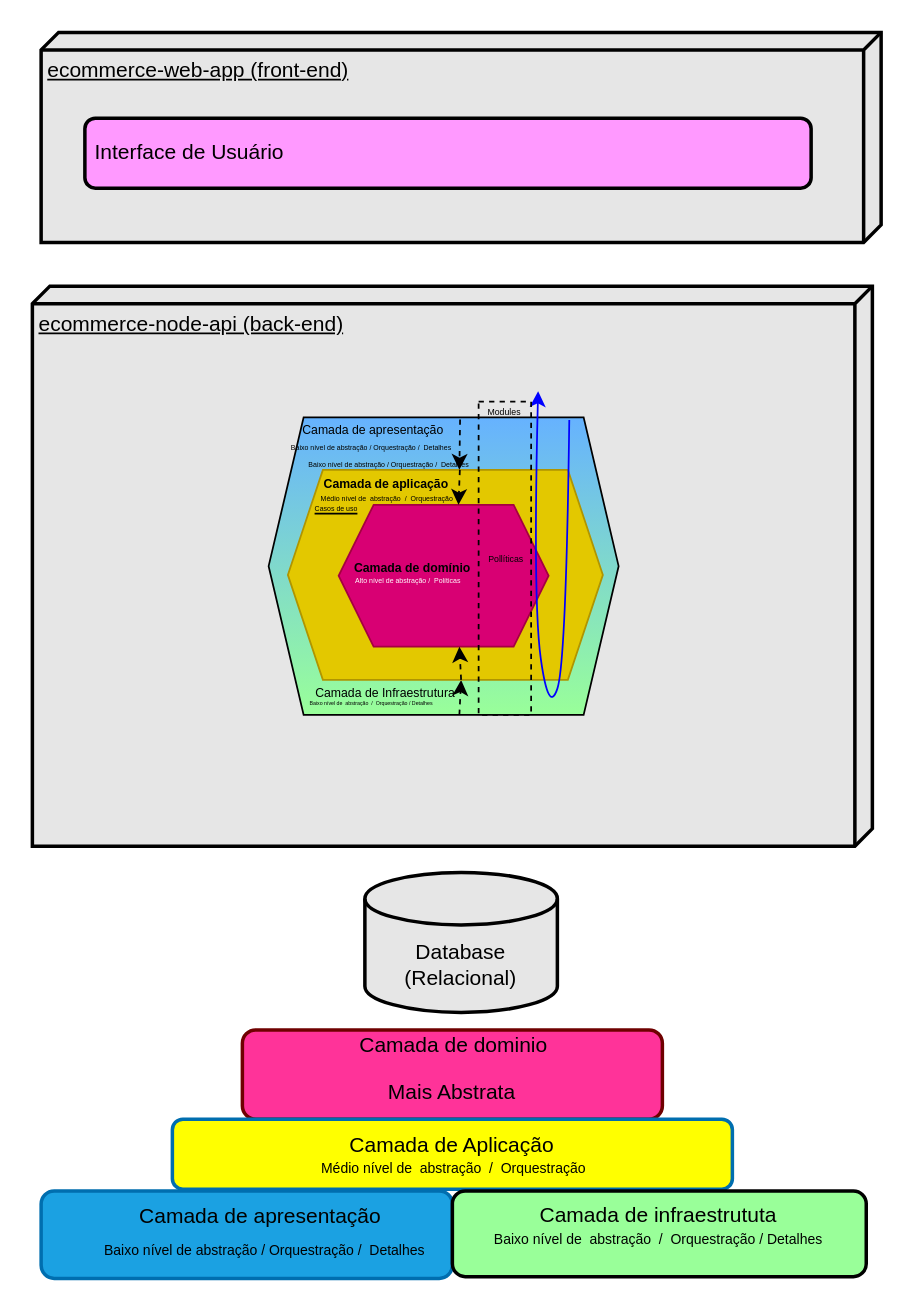
Earlier version of the draw.io diagram page "Arquitetura Hexagonal" (2 of 2) of requirements/ecommerce-arquitetura.drawio (EvilazioNeto/ecommerce-node-api). Source tidied: cells renumbered, new cells numbered last; positions are measured from the earlier drawing's top-left corner, leaving out a move shared by most shapes. Both pictures are drawn from the tidied source at 175%, with x=0, y=0 at pixel (32, 32).
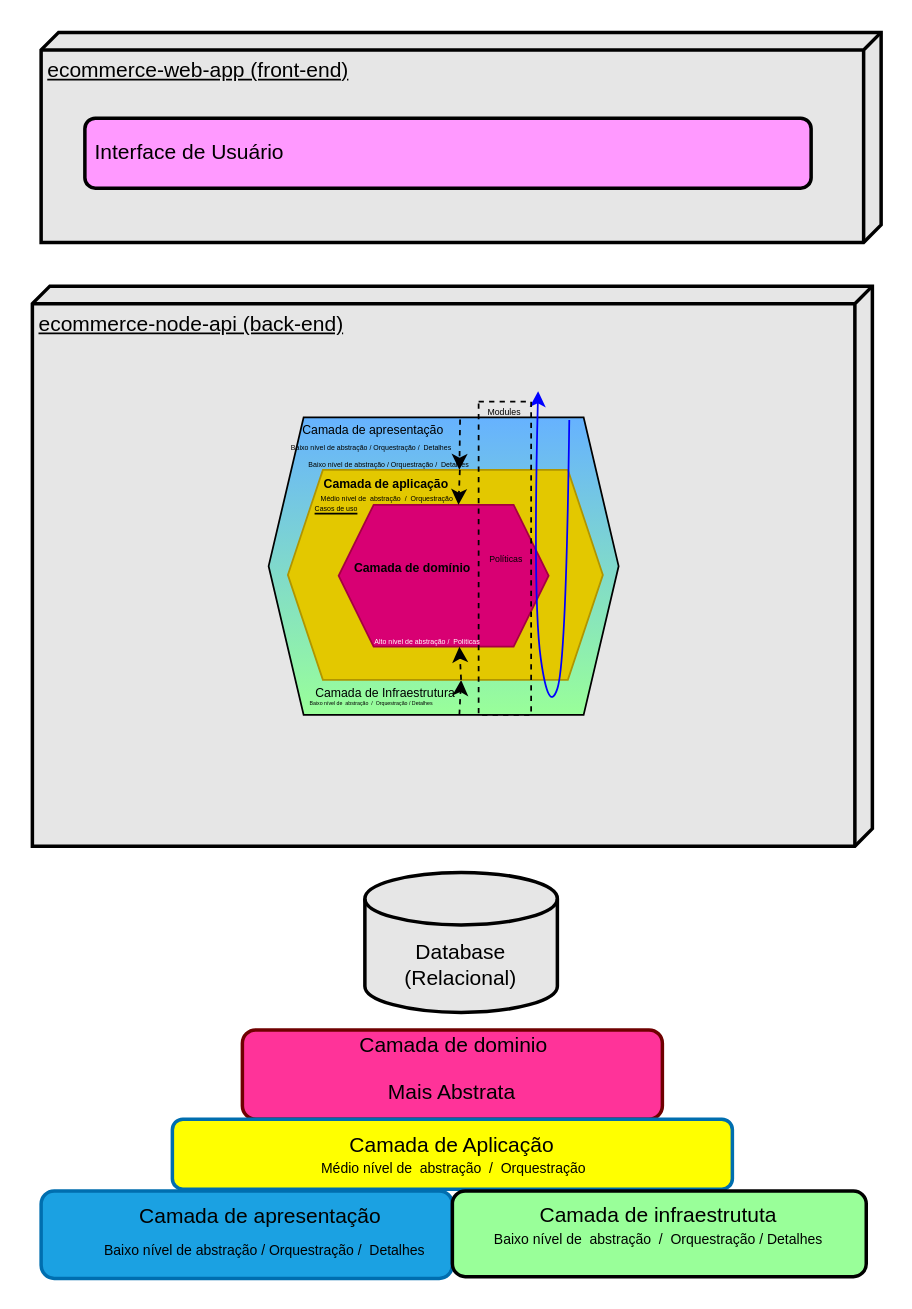
The same page after the edit.

Diff of the diagram source:
```diff
@@
     <mxCell id="23" value="&lt;span style=&quot;font-size: 4px;&quot;&gt;&lt;font color=&quot;#ffffff&quot;&gt;Alto nível de abstração /&amp;nbsp; Políticas&lt;/font&gt;&lt;/span&gt;" style="text;html=1;strokeColor=none;fillColor=none;align=center;verticalAlign=middle;whiteSpace=wrap;rounded=0;" parent="1" vertex="1">
-      <mxGeometry x="114.5" y="295.5" width="200" height="30" as="geometry" />
+      <mxGeometry x="126" y="331" width="200" height="30" as="geometry" />
     </mxCell>
@@
-    <mxCell id="41" value="Pollíticas" style="text;html=1;strokeColor=none;fillColor=none;align=center;verticalAlign=middle;whiteSpace=wrap;rounded=0;dashed=1;sketch=0;strokeWidth=1;fontSize=5;fontColor=#000000;" parent="1" vertex="1">
+    <mxCell id="41" value="Políticas" style="text;html=1;strokeColor=none;fillColor=none;align=center;verticalAlign=middle;whiteSpace=wrap;rounded=0;dashed=1;sketch=0;strokeWidth=1;fontSize=5;fontColor=#000000;" parent="1" vertex="1">
       <mxGeometry x="240.5" y="285" width="60" height="30" as="geometry" />
     </mxCell>
```
